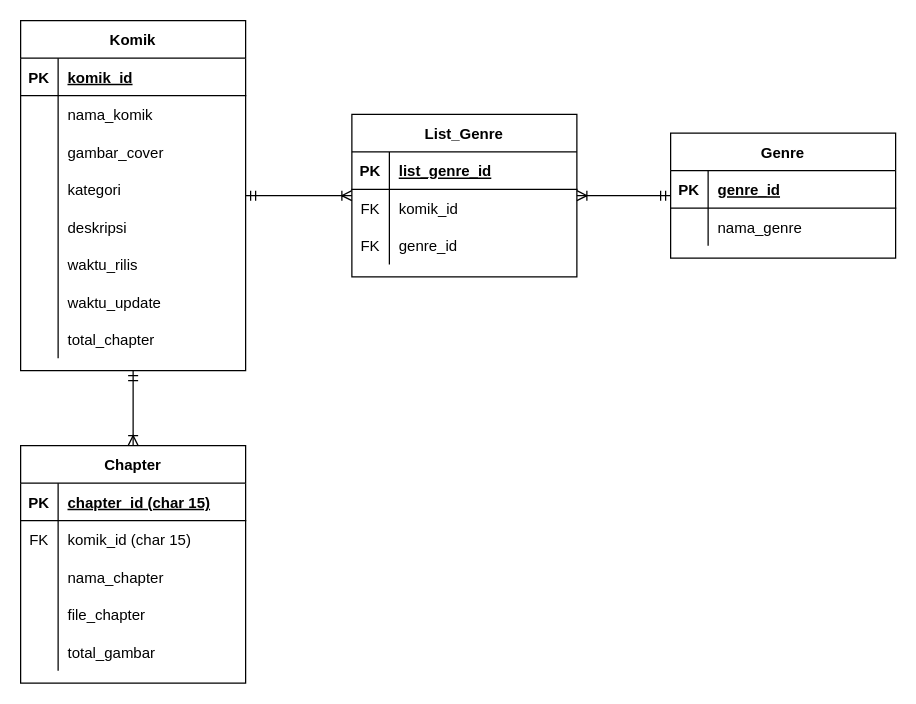
The draw.io diagram page "Database" (2 of 2) of flow web.drawio in Aryanda04/web_komik, before the edit. Source tidied: cells renumbered, new cells numbered last; positions are measured from the earlier drawing's top-left corner, leaving out a move shared by most shapes. Both pictures are drawn from the tidied source at 125%, with x=0, y=0 at pixel (20, 20).
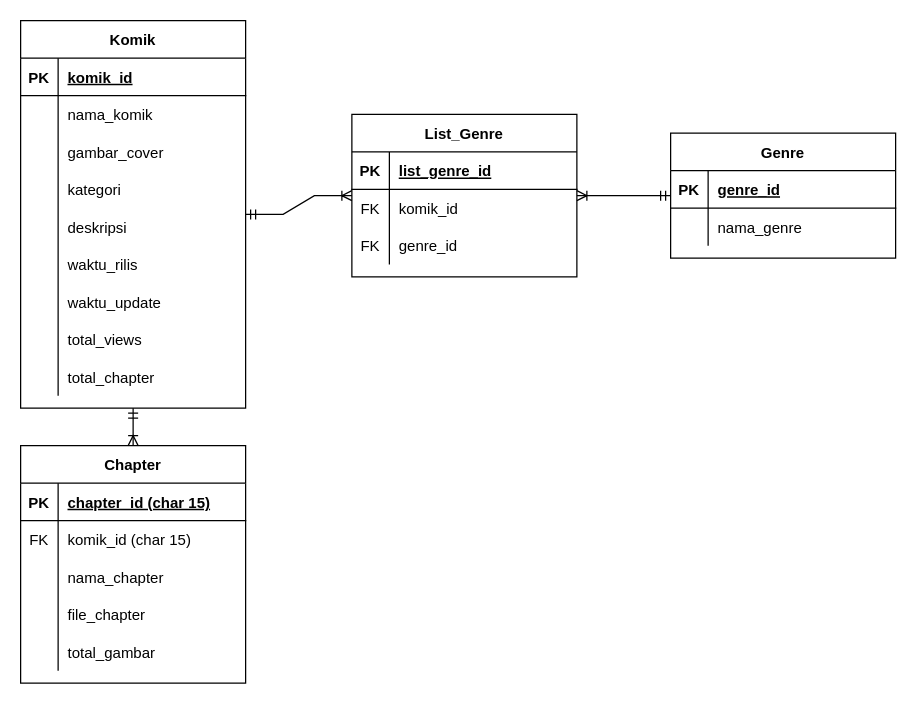
The same page after the edit.

Commit message:
Update Total View

Change to the diagram source:
```diff
@@
     <mxCell id="2" value="Komik" style="shape=table;startSize=30;childLayout=tableLayout;rowLines=0;fontStyle=1;align=center;" parent="1" vertex="1">
-      <mxGeometry width="180" height="280" as="geometry" />
+      <mxGeometry width="180" height="310" as="geometry" />
     </mxCell>
@@
+    <mxCell id="63" style="shape=partialRectangle;fillColor=none;top=0;left=0;bottom=0;right=0;" parent="2" vertex="1">
+      <mxGeometry y="240" width="180" height="30" as="geometry" />
+    </mxCell>
+    <mxCell id="64" style="shape=partialRectangle;fillColor=none;top=0;left=0;bottom=0;right=0;overflow=hidden;" parent="63" vertex="1">
+      <mxGeometry width="30" height="30" as="geometry" />
+    </mxCell>
+    <mxCell id="65" value="total_views" style="shape=partialRectangle;fillColor=none;top=0;left=0;bottom=0;right=0;align=left;spacingLeft=6;overflow=hidden;" parent="63" vertex="1">
+      <mxGeometry x="30" width="150" height="30" as="geometry" />
+    </mxCell>
     <mxCell id="24" style="shape=partialRectangle;fillColor=none;top=0;left=0;bottom=0;right=0;" parent="2" vertex="1">
-      <mxGeometry y="240" width="180" height="30" as="geometry" />
+      <mxGeometry y="270" width="180" height="30" as="geometry" />
     </mxCell>
```
